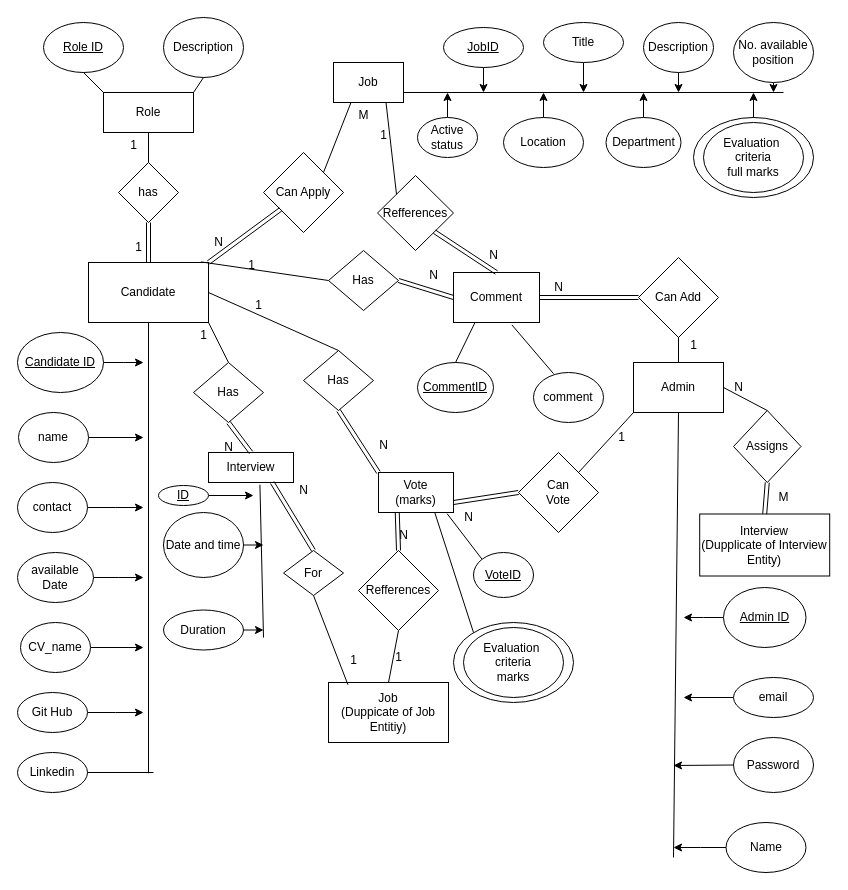
Above: Database/ER.drawio in SethmaNW/Smart-Recruiter_fork (draw.io), before the change. Source tidied: cells renumbered, new cells numbered last; positions are measured from the earlier drawing's top-left corner, leaving out a move shared by most shapes. Both pictures are drawn from the tidied source at 100%, with x=0, y=0 at pixel (17, 17).
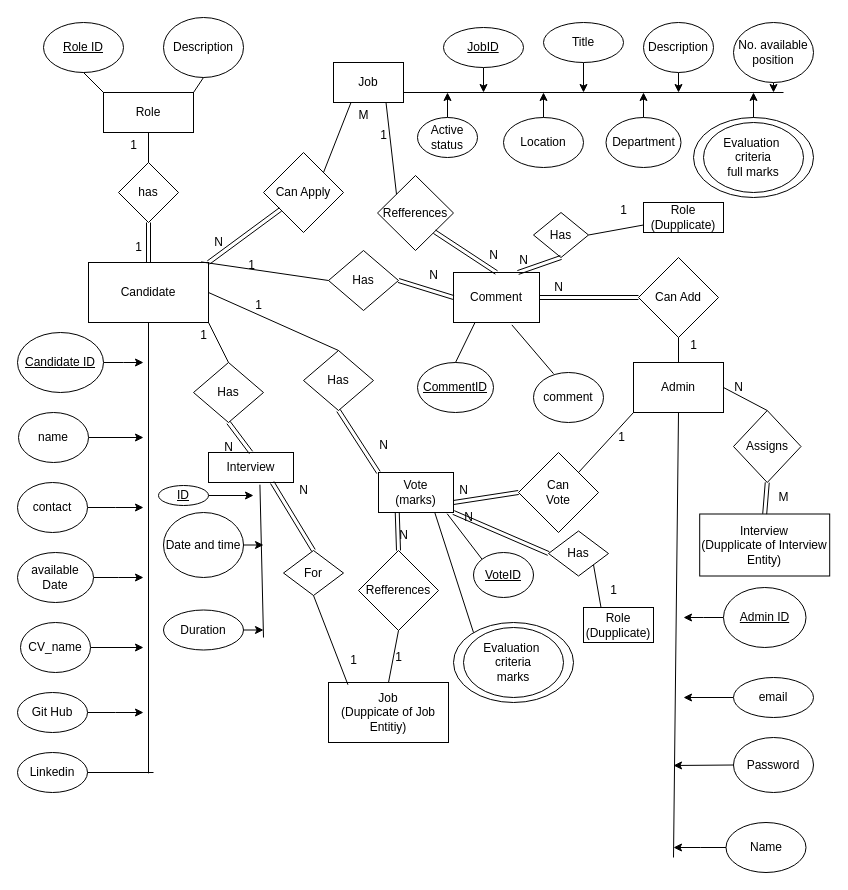
After the change.

The change refers to these unchanged cells:
```xml
<mxCell id="62" value="Comment" style="rounded=0;whiteSpace=wrap;html=1;" parent="1" vertex="1">
  <mxGeometry x="436" y="255" width="86" height="50" as="geometry" />
</mxCell>
<mxCell id="82" value="Vote&lt;div&gt;(marks)&lt;/div&gt;" style="rounded=0;whiteSpace=wrap;html=1;" parent="1" vertex="1">
  <mxGeometry x="361" y="455" width="75" height="40" as="geometry" />
</mxCell>
```

Change to the diagram source:
```diff
@@
+    <mxCell id="128" value="Has" style="rhombus;whiteSpace=wrap;html=1;" parent="1" vertex="1">
+      <mxGeometry x="516" y="195" width="55" height="45" as="geometry" />
+    </mxCell>
+    <mxCell id="129" value="Role&lt;div&gt;(Dupplicate)&lt;/div&gt;" style="rounded=0;whiteSpace=wrap;html=1;" parent="1" vertex="1">
+      <mxGeometry x="626" y="185" width="80" height="30" as="geometry" />
+    </mxCell>
+    <mxCell id="130" style="shape=link;html=1;rounded=0;exitX=0.75;exitY=0;exitDx=0;exitDy=0;entryX=0.5;entryY=1;entryDx=0;entryDy=0;" parent="1" edge="1" source="62" target="128">
+      <mxGeometry relative="1" as="geometry" />
+    </mxCell>
+    <mxCell id="131" style="endArrow=none;html=1;rounded=0;entryX=0;entryY=0.75;entryDx=0;entryDy=0;exitX=1;exitY=0.5;exitDx=0;exitDy=0;" parent="1" edge="1" source="128" target="129">
+      <mxGeometry relative="1" as="geometry" />
+    </mxCell>
+    <mxCell id="132" value="1" style="text;html=1;align=center;verticalAlign=middle;strokeColor=none;fillColor=none;" parent="1" vertex="1">
+      <mxGeometry x="591" y="178" width="30" height="30" as="geometry" />
+    </mxCell>
+    <mxCell id="133" value="N" style="text;html=1;align=center;verticalAlign=middle;strokeColor=none;fillColor=none;" parent="1" vertex="1">
+      <mxGeometry x="491" y="228" width="30" height="30" as="geometry" />
+    </mxCell>
+    <mxCell id="134" value="Has" style="rhombus;whiteSpace=wrap;html=1;" parent="1" vertex="1">
+      <mxGeometry x="531" y="513.5" width="60" height="45" as="geometry" />
+    </mxCell>
+    <mxCell id="135" value="Role&lt;div&gt;(Dupplicate)&lt;/div&gt;" style="rounded=0;whiteSpace=wrap;html=1;" parent="1" vertex="1">
+      <mxGeometry x="566" y="590" width="70" height="35" as="geometry" />
+    </mxCell>
+    <mxCell id="136" style="shape=link;html=1;rounded=0;exitX=1;exitY=1;exitDx=0;exitDy=0;entryX=0;entryY=0.5;entryDx=0;entryDy=0;" parent="1" edge="1" source="82" target="134">
+      <mxGeometry relative="1" as="geometry" />
+    </mxCell>
+    <mxCell id="137" style="endArrow=none;html=1;rounded=0;entryX=1;entryY=1;entryDx=0;entryDy=0;exitX=0.25;exitY=0;exitDx=0;exitDy=0;" parent="1" edge="1" source="135" target="134">
+      <mxGeometry relative="1" as="geometry" />
+    </mxCell>
+    <mxCell id="138" value="N" style="text;html=1;align=center;verticalAlign=middle;strokeColor=none;fillColor=none;" parent="1" vertex="1">
+      <mxGeometry x="431" y="458" width="30" height="30" as="geometry" />
+    </mxCell>
+    <mxCell id="139" value="1" style="text;html=1;align=center;verticalAlign=middle;strokeColor=none;fillColor=none;" parent="1" vertex="1">
+      <mxGeometry x="581" y="558" width="30" height="30" as="geometry" />
+    </mxCell>
```
